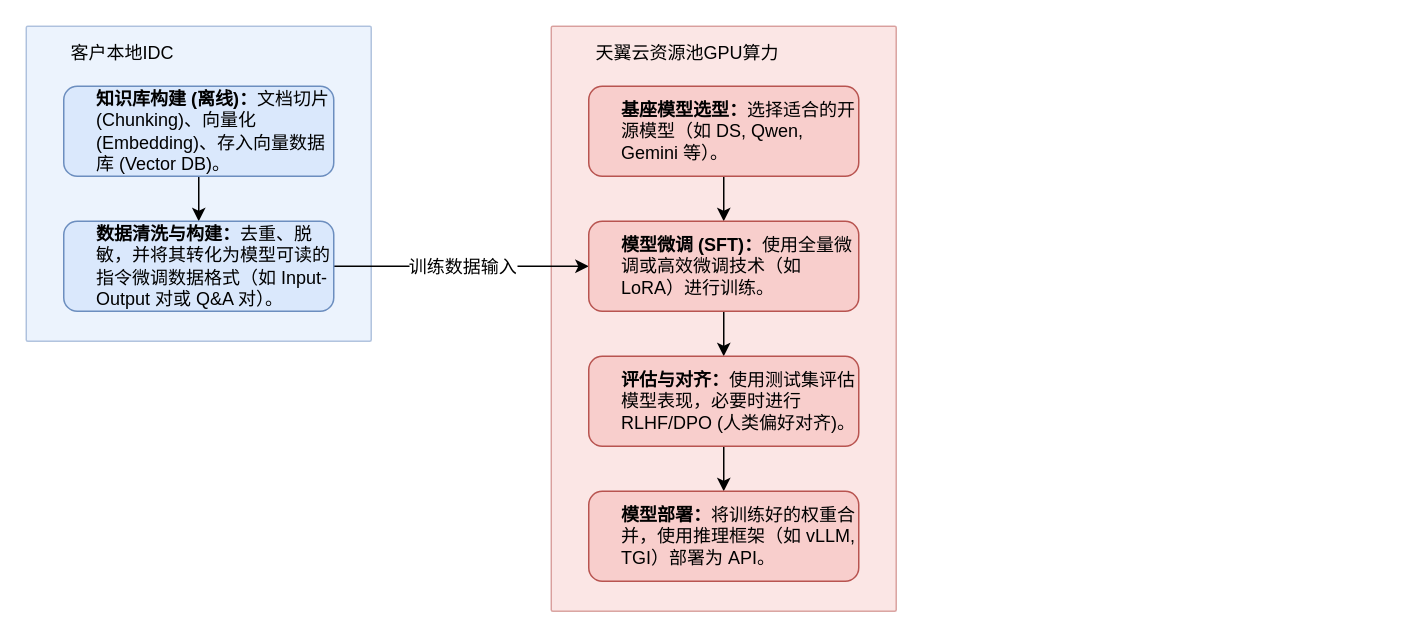
Above: page "RAG" (2 of 3) of 正扬传感器智算方案.drawio in MyselfblueKAMI/drawpub (draw.io), before the change. Source tidied: cells renumbered, new cells numbered last; positions are measured from the earlier drawing's top-left corner, leaving out a move shared by most shapes. Both pictures are drawn from the tidied source at 150%, with x=0, y=0 at pixel (26, 26).
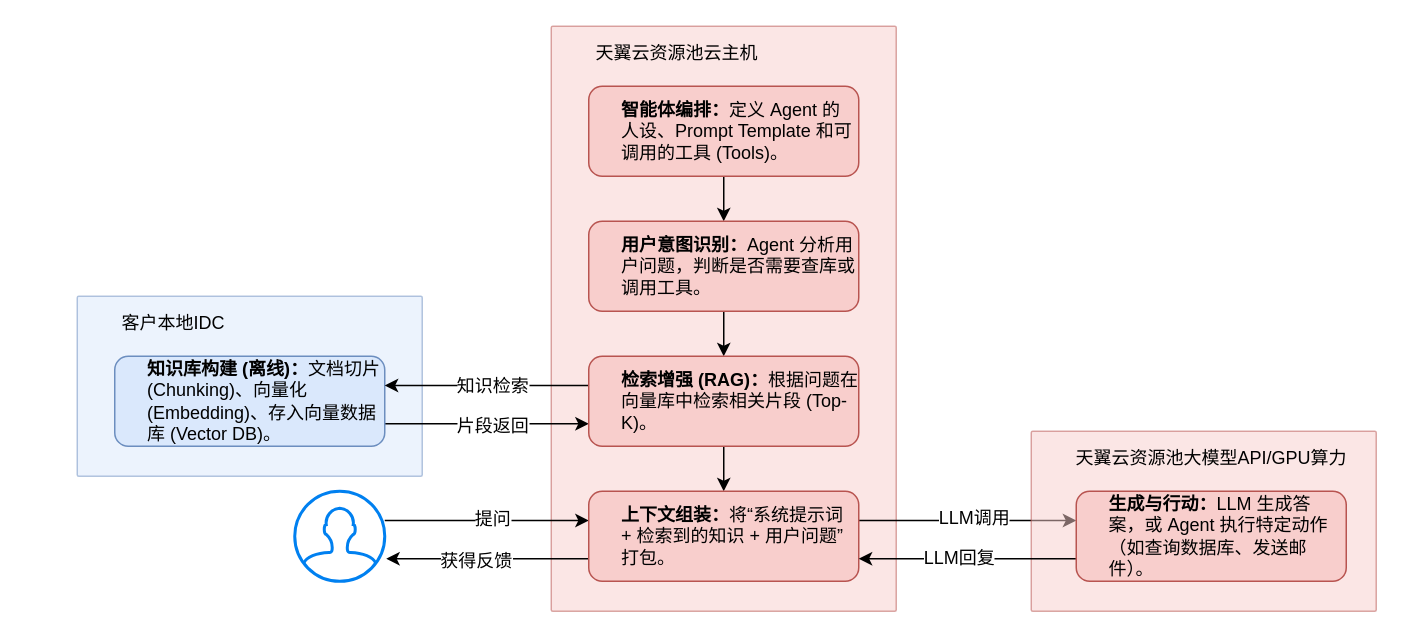
Above is the later version.

What changed in the source:
```diff
@@
-    <mxCell id="2" value="天翼云资源池GPU算力" style="sketch=0;rounded=1;absoluteArcSize=1;arcSize=2;html=1;strokeColor=#b85450;shadow=0;dashed=0;fontSize=12;align=left;verticalAlign=top;spacing=10;spacingTop=-4;whiteSpace=wrap;fillColor=#f8cecc;spacingLeft=20;fontFamily=Helvetica;opacity=50;" parent="1" vertex="1">
+    <mxCell id="2" value="天翼云资源池云主机" style="sketch=0;rounded=1;absoluteArcSize=1;arcSize=2;html=1;strokeColor=#b85450;shadow=0;dashed=0;fontSize=12;align=left;verticalAlign=top;spacing=10;spacingTop=-4;whiteSpace=wrap;fillColor=#f8cecc;spacingLeft=20;fontFamily=Helvetica;opacity=50;" parent="1" vertex="1">
       <mxGeometry x="350" width="230" height="390" as="geometry" />
     </mxCell>
     <mxCell id="3" value="客户本地IDC" style="sketch=0;rounded=1;absoluteArcSize=1;arcSize=2;html=1;strokeColor=#6c8ebf;shadow=0;dashed=0;fontSize=12;align=left;verticalAlign=top;spacing=10;spacingTop=-4;whiteSpace=wrap;fillColor=#dae8fc;spacingLeft=20;fontFamily=Helvetica;opacity=50;" parent="1" vertex="1">
-      <mxGeometry width="230" height="210" as="geometry" />
+      <mxGeometry x="34" y="180" width="230" height="120" as="geometry" />
     </mxCell>
-    <mxCell id="4" style="edgeStyle=orthogonalEdgeStyle;rounded=0;jettySize=auto;html=1;fontFamily=Helvetica;fontSize=12;fontColor=#999999;" parent="1" edge="1" source="5" target="8">
-      <mxGeometry relative="1" as="geometry" />
-    </mxCell>
+    <mxCell id="16" style="edgeStyle=orthogonalEdgeStyle;rounded=0;jettySize=auto;html=1;exitX=1;exitY=0.75;exitDx=0;exitDy=0;entryX=0;entryY=0.75;entryDx=0;entryDy=0;fontFamily=Helvetica;fontSize=12;fontColor=#999999;" parent="1" edge="1" source="5" target="14">
+      <mxGeometry relative="1" as="geometry" />
+    </mxCell>
+    <mxCell id="17" value="&lt;font style=&quot;color: light-dark(rgb(0, 0, 0), rgb(0, 0, 0));&quot;&gt;片段返回&lt;/font&gt;" style="edgeLabel;html=1;align=center;verticalAlign=middle;strokeColor=default;spacingLeft=20;fontFamily=Helvetica;fontSize=12;fontColor=#999999;fillColor=default;" parent="16" vertex="1">
+      <mxGeometry x="-0.34" y="-1" relative="1" as="geometry">
+        <mxPoint x="16" as="offset" />
+      </mxGeometry>
+    </mxCell>
     <mxCell id="5" value="&lt;b&gt;知识库构建 (离线)：&lt;/b&gt;文档切片 (Chunking)、向量化 (Embedding)、存入向量数据库 (Vector DB)。" style="rounded=1;whiteSpace=wrap;html=1;strokeColor=#6c8ebf;align=left;verticalAlign=middle;spacingLeft=20;fontFamily=Helvetica;fontSize=12;fillColor=#dae8fc;" parent="1" vertex="1">
-      <mxGeometry x="25" y="40" width="180" height="60" as="geometry" />
+      <mxGeometry x="59" y="220" width="180" height="60" as="geometry" />
     </mxCell>
-    <mxCell id="6" style="edgeStyle=orthogonalEdgeStyle;rounded=0;jettySize=auto;html=1;exitX=1;exitY=0.5;exitDx=0;exitDy=0;entryX=0;entryY=0.5;entryDx=0;entryDy=0;fontFamily=Helvetica;fontSize=12;fontColor=#999999;" parent="1" edge="1" source="8" target="12">
-      <mxGeometry relative="1" as="geometry" />
-    </mxCell>
-    <mxCell id="7" value="&lt;font style=&quot;color: light-dark(rgb(0, 0, 0), rgb(0, 0, 0));&quot;&gt;训练数据输入&lt;/font&gt;" style="edgeLabel;html=1;align=center;verticalAlign=middle;strokeColor=default;spacingLeft=20;fontFamily=Helvetica;fontSize=12;fontColor=#999999;fillColor=default;" parent="6" vertex="1">
-      <mxGeometry x="-0.01" y="2" relative="1" as="geometry">
-        <mxPoint x="-9" y="2" as="offset" />
-      </mxGeometry>
-    </mxCell>
-    <mxCell id="8" value="&lt;b&gt;数据清洗与构建：&lt;/b&gt;去重、脱敏，并将其转化为模型可读的指令微调数据格式（如 Input-Output 对或 Q&amp;amp;A 对）。" style="rounded=1;whiteSpace=wrap;html=1;strokeColor=#6c8ebf;align=left;verticalAlign=middle;spacingLeft=20;fontFamily=Helvetica;fontSize=12;fillColor=#dae8fc;" parent="1" vertex="1">
-      <mxGeometry x="25" y="130" width="180" height="60" as="geometry" />
-    </mxCell>
@@
-    <mxCell id="10" value="&lt;b&gt;基座模型选型：&lt;/b&gt;选择适合的开源模型（如 DS, Qwen, Gemini 等）。" style="rounded=1;whiteSpace=wrap;html=1;strokeColor=#b85450;align=left;verticalAlign=middle;spacingLeft=20;fontFamily=Helvetica;fontSize=12;fillColor=#f8cecc;" parent="1" vertex="1">
+    <mxCell id="10" value="&lt;b&gt;智能体编排：&lt;/b&gt;定义 Agent 的人设、Prompt Template 和可调用的工具 (Tools)。" style="rounded=1;whiteSpace=wrap;html=1;strokeColor=#b85450;align=left;verticalAlign=middle;spacingLeft=20;fontFamily=Helvetica;fontSize=12;fillColor=#f8cecc;" parent="1" vertex="1">
       <mxGeometry x="375" y="40" width="180" height="60" as="geometry" />
     </mxCell>
@@
-    <mxCell id="12" value="&lt;b&gt;模型微调 (SFT)：&lt;/b&gt;使用全量微调或高效微调技术（如 LoRA）进行训练。" style="rounded=1;whiteSpace=wrap;html=1;strokeColor=#b85450;align=left;verticalAlign=middle;spacingLeft=20;fontFamily=Helvetica;fontSize=12;fillColor=#f8cecc;" parent="1" vertex="1">
+    <mxCell id="12" value="&lt;b&gt;用户意图识别：&lt;/b&gt;Agent 分析用户问题，判断是否需要查库或调用工具。" style="rounded=1;whiteSpace=wrap;html=1;strokeColor=#b85450;align=left;verticalAlign=middle;spacingLeft=20;fontFamily=Helvetica;fontSize=12;fillColor=#f8cecc;" parent="1" vertex="1">
       <mxGeometry x="375" y="130" width="180" height="60" as="geometry" />
     </mxCell>
@@
+    <mxCell id="18" style="edgeStyle=orthogonalEdgeStyle;rounded=0;orthogonalLoop=1;jettySize=auto;html=1;exitX=0;exitY=0.5;exitDx=0;exitDy=0;entryX=1;entryY=0.5;entryDx=0;entryDy=0;fontFamily=Helvetica;fontSize=12;fontColor=#999999;" parent="1" edge="1">
+      <mxGeometry relative="1" as="geometry">
+        <mxPoint x="375" y="239.5" as="sourcePoint" />
+        <mxPoint x="239" y="239.5" as="targetPoint" />
+      </mxGeometry>
+    </mxCell>
+    <mxCell id="19" value="&lt;font style=&quot;color: light-dark(rgb(0, 0, 0), rgb(0, 0, 0));&quot;&gt;知识检索&lt;/font&gt;" style="edgeLabel;html=1;align=center;verticalAlign=middle;strokeColor=default;spacingLeft=20;fontFamily=Helvetica;fontSize=12;fontColor=#999999;fillColor=default;" parent="18" vertex="1">
+      <mxGeometry x="-0.05" y="-2" relative="1" as="geometry">
+        <mxPoint x="-10" y="2" as="offset" />
+      </mxGeometry>
+    </mxCell>
-    <mxCell id="14" value="&lt;b&gt;评估与对齐：&lt;/b&gt;使用测试集评估模型表现，必要时进行 RLHF/DPO (人类偏好对齐)。" style="rounded=1;whiteSpace=wrap;html=1;strokeColor=#b85450;align=left;verticalAlign=middle;spacingLeft=20;fontFamily=Helvetica;fontSize=12;fillColor=#f8cecc;" parent="1" vertex="1">
+    <mxCell id="14" value="&lt;b&gt;检索增强 (RAG)：&lt;/b&gt;根据问题在向量库中检索相关片段 (Top-K)。" style="rounded=1;whiteSpace=wrap;html=1;strokeColor=#b85450;align=left;verticalAlign=middle;spacingLeft=20;fontFamily=Helvetica;fontSize=12;fillColor=#f8cecc;" parent="1" vertex="1">
       <mxGeometry x="375" y="220" width="180" height="60" as="geometry" />
     </mxCell>
+    <mxCell id="20" style="edgeStyle=orthogonalEdgeStyle;rounded=0;orthogonalLoop=1;jettySize=auto;html=1;exitX=1;exitY=0.5;exitDx=0;exitDy=0;entryX=0;entryY=0.5;entryDx=0;entryDy=0;fontFamily=Helvetica;fontSize=12;fontColor=#999999;" parent="1" edge="1">
+      <mxGeometry relative="1" as="geometry">
+        <mxPoint x="555" y="329.5" as="sourcePoint" />
+        <mxPoint x="700" y="329.5" as="targetPoint" />
+        <Array as="points">
+          <mxPoint x="590" y="329.5" />
+          <mxPoint x="590" y="329.5" />
+        </Array>
+      </mxGeometry>
+    </mxCell>
+    <mxCell id="21" value="&lt;font style=&quot;color: light-dark(rgb(0, 0, 0), rgb(0, 0, 0));&quot;&gt;LLM调用&lt;/font&gt;" style="edgeLabel;html=1;align=center;verticalAlign=middle;strokeColor=default;spacingLeft=20;fontFamily=Helvetica;fontSize=12;fontColor=#999999;fillColor=default;" parent="20" vertex="1">
+      <mxGeometry x="-0.09" y="2" relative="1" as="geometry" />
+    </mxCell>
+    <mxCell id="22" style="edgeStyle=orthogonalEdgeStyle;rounded=0;orthogonalLoop=1;jettySize=auto;html=1;exitX=0;exitY=0.5;exitDx=0;exitDy=0;fontFamily=Helvetica;fontSize=12;fontColor=#999999;endArrow=none;endFill=0;startArrow=classic;startFill=1;" parent="1" edge="1">
+      <mxGeometry relative="1" as="geometry">
+        <mxPoint x="375" y="329.5" as="sourcePoint" />
+        <mxPoint x="239" y="329.5" as="targetPoint" />
+      </mxGeometry>
+    </mxCell>
+    <mxCell id="23" value="&lt;font style=&quot;color: light-dark(rgb(0, 0, 0), rgb(0, 0, 0));&quot;&gt;提问&lt;/font&gt;" style="edgeLabel;html=1;align=center;verticalAlign=middle;strokeColor=default;spacingLeft=20;fontFamily=Helvetica;fontSize=12;fontColor=#999999;fillColor=default;" parent="22" vertex="1">
+      <mxGeometry x="0.11" y="-1" relative="1" as="geometry" />
+    </mxCell>
+    <mxCell id="24" style="edgeStyle=orthogonalEdgeStyle;rounded=0;jettySize=auto;html=1;exitX=0;exitY=0.75;exitDx=0;exitDy=0;fontFamily=Helvetica;fontSize=12;fontColor=#999999;" parent="1" edge="1" source="15">
+      <mxGeometry relative="1" as="geometry">
+        <mxPoint x="240" y="355" as="targetPoint" />
+      </mxGeometry>
+    </mxCell>
+    <mxCell id="25" value="&lt;font style=&quot;color: light-dark(rgb(0, 0, 0), rgb(0, 0, 0));&quot;&gt;获得反馈&lt;/font&gt;" style="edgeLabel;html=1;align=center;verticalAlign=middle;strokeColor=default;spacingLeft=20;fontFamily=Helvetica;fontSize=12;fontColor=#999999;fillColor=default;" parent="24" vertex="1">
+      <mxGeometry x="0.27" y="1" relative="1" as="geometry" />
+    </mxCell>
-    <mxCell id="15" value="&lt;b&gt;模型部署：&lt;/b&gt;将训练好的权重合并，使用推理框架（如 vLLM, TGI）部署为 API。" style="rounded=1;whiteSpace=wrap;html=1;strokeColor=#b85450;align=left;verticalAlign=middle;spacingLeft=20;fontFamily=Helvetica;fontSize=12;fillColor=#f8cecc;" parent="1" vertex="1">
+    <mxCell id="15" value="&lt;b&gt;上下文组装：&lt;/b&gt;将“系统提示词 + 检索到的知识 + 用户问题”打包。" style="rounded=1;whiteSpace=wrap;html=1;strokeColor=#b85450;align=left;verticalAlign=middle;spacingLeft=20;fontFamily=Helvetica;fontSize=12;fillColor=#f8cecc;" parent="1" vertex="1">
       <mxGeometry x="375" y="310" width="180" height="60" as="geometry" />
     </mxCell>
+    <mxCell id="26" value="天翼云资源池大模型API/GPU算力" style="sketch=0;rounded=1;absoluteArcSize=1;arcSize=2;html=1;strokeColor=#b85450;shadow=0;dashed=0;fontSize=12;align=left;verticalAlign=top;spacing=10;spacingTop=-4;whiteSpace=wrap;fillColor=#f8cecc;spacingLeft=20;fontFamily=Helvetica;opacity=50;" parent="1" vertex="1">
+      <mxGeometry x="670" y="270" width="230" height="120" as="geometry" />
+    </mxCell>
+    <mxCell id="27" style="edgeStyle=orthogonalEdgeStyle;rounded=0;jettySize=auto;html=1;exitX=0;exitY=0.75;exitDx=0;exitDy=0;entryX=1;entryY=0.75;entryDx=0;entryDy=0;fontFamily=Helvetica;fontSize=12;fontColor=#999999;" parent="1" edge="1" source="29" target="15">
+      <mxGeometry relative="1" as="geometry" />
+    </mxCell>
+    <mxCell id="28" value="&lt;font style=&quot;color: light-dark(rgb(0, 0, 0), rgb(0, 0, 0));&quot;&gt;LLM回复&lt;/font&gt;" style="edgeLabel;html=1;align=center;verticalAlign=middle;strokeColor=default;spacingLeft=20;fontFamily=Helvetica;fontSize=12;fontColor=#999999;fillColor=default;" parent="27" vertex="1">
+      <mxGeometry x="0.23" y="-1" relative="1" as="geometry" />
+    </mxCell>
+    <mxCell id="29" value="&lt;b&gt;生成与行动：&lt;/b&gt;LLM 生成答案，或 Agent 执行特定动作（如查询数据库、发送邮件）。" style="rounded=1;whiteSpace=wrap;html=1;strokeColor=#b85450;align=left;verticalAlign=middle;spacingLeft=20;fontFamily=Helvetica;fontSize=12;fillColor=#f8cecc;" parent="1" vertex="1">
+      <mxGeometry x="700" y="310" width="180" height="60" as="geometry" />
+    </mxCell>
+    <mxCell id="30" style="html=1;verticalLabelPosition=bottom;align=center;labelBackgroundColor=#ffffff;verticalAlign=top;strokeWidth=2;strokeColor=#0080F0;shadow=0;dashed=0;shape=mxgraph.ios7.icons.user;spacingLeft=20;fontFamily=Helvetica;fontSize=12;fontColor=#999999;fillColor=default;" parent="1" vertex="1">
+      <mxGeometry x="179" y="310" width="60" height="60" as="geometry" />
+    </mxCell>
```
